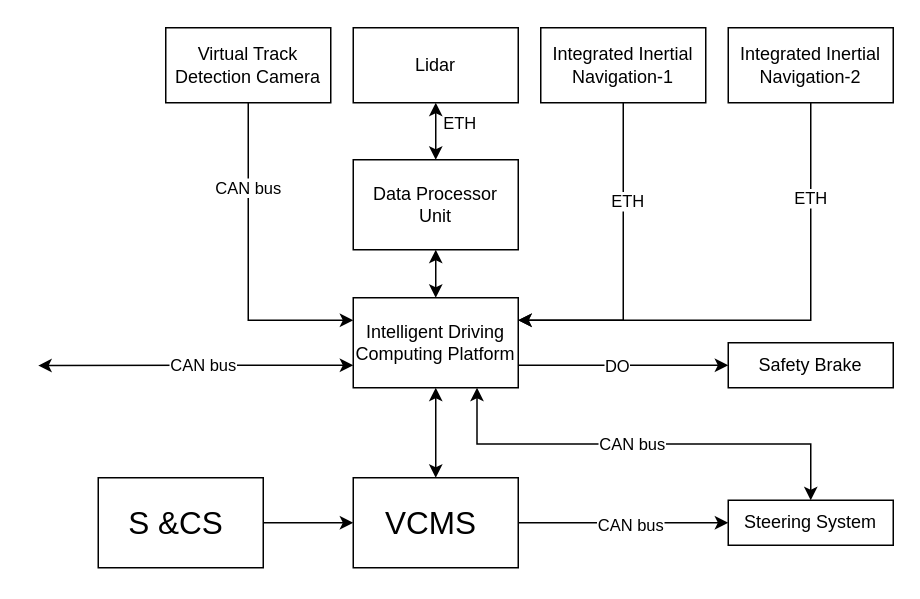
Above: page "FDR配图" (3 of 3) of Copy of 马来循迹控制_SIL2方案_V2_pub230815.drawio in FrankWong-cs/SharingwithColleagues (draw.io), before the change. Source tidied: cells renumbered, new cells numbered last; positions are measured from the earlier drawing's top-left corner, leaving out a move shared by most shapes. Both pictures are drawn from the tidied source at 150%, with x=0, y=0 at pixel (38, 27).
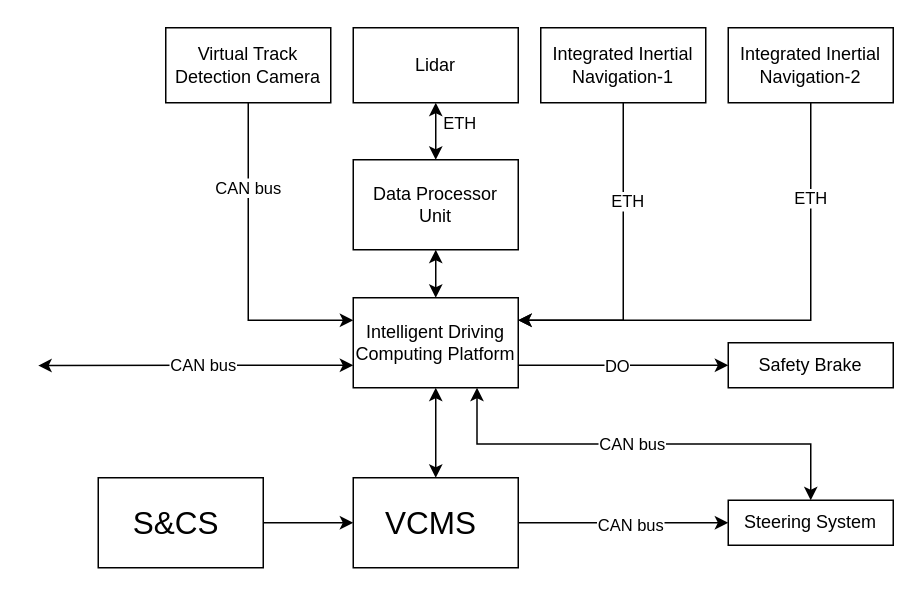
After the change.

Commit message:
Update Copy of 马来循迹控制_SIL2方案_V2_pub230815.drawio

What changed in the source:
```diff
@@
-    <mxCell id="29" value="&lt;p align=&quot;center&quot; class=&quot;MsoNormal&quot; style=&quot;font-size: 21px;&quot;&gt;S &amp;amp;CS&amp;nbsp;&lt;/p&gt;" style="rounded=0;whiteSpace=wrap;html=1;fontSize=21;fontStyle=0;" parent="1" vertex="1">
+    <mxCell id="29" value="&lt;p align=&quot;center&quot; class=&quot;MsoNormal&quot; style=&quot;font-size: 21px;&quot;&gt;S&amp;amp;CS&amp;nbsp;&lt;/p&gt;" style="rounded=0;whiteSpace=wrap;html=1;fontSize=21;fontStyle=0;" parent="1" vertex="1">
       <mxGeometry x="40" y="300" width="110" height="60" as="geometry" />
     </mxCell>
```
